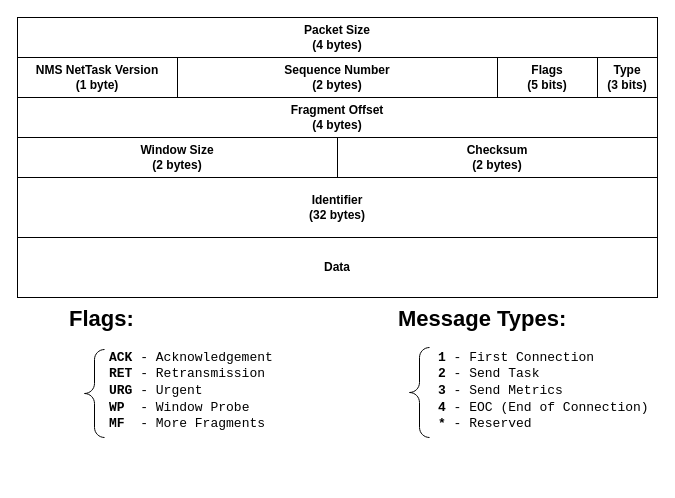
The draw.io diagram report/.drawio/nettask_header.drawio in migueltc13/project-CC, before the edit. Source tidied: cells renumbered, new cells numbered last; positions are measured from the earlier drawing's top-left corner, leaving out a move shared by most shapes. Both pictures are drawn from the tidied source at 100%, with x=0, y=0 at pixel (17, 17).
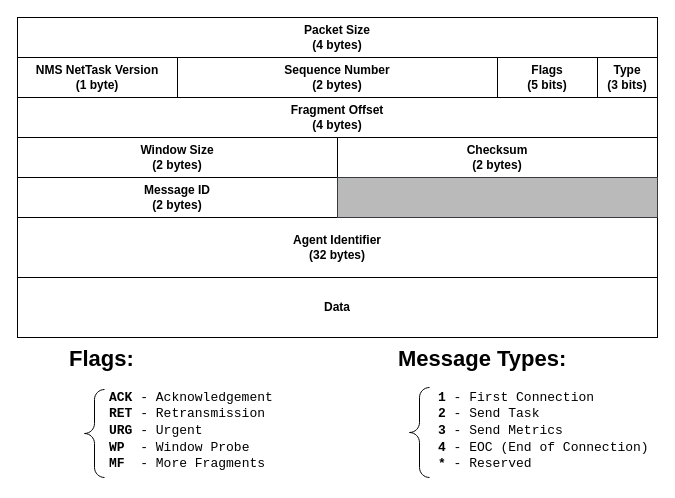
Above is the later version.

Commit message (it also covers changes not shown here):
Add message id to net task header

What changed in the source:
```diff
@@
 <mxGraphModel>
   <root>
     <mxCell id="0" />
     <mxCell id="1" parent="0" />
     <mxCell id="2" style="rounded=0;whiteSpace=wrap;html=1;" parent="1" vertex="1">
-      <mxGeometry width="640" height="280" as="geometry" />
+      <mxGeometry width="640" height="320" as="geometry" />
     </mxCell>
     <mxCell id="3" value="&lt;b&gt;Packet Size&lt;br&gt;(4 bytes)&lt;/b&gt;" style="text;html=1;align=center;verticalAlign=middle;whiteSpace=wrap;rounded=0;strokeColor=default;" parent="1" vertex="1">
       <mxGeometry width="640" height="40" as="geometry" />
     </mxCell>
     <mxCell id="4" value="&lt;b&gt;NMS NetTask Version&lt;br&gt;(1 byte)&lt;/b&gt;" style="text;html=1;align=center;verticalAlign=middle;whiteSpace=wrap;rounded=0;strokeColor=default;" parent="1" vertex="1">
       <mxGeometry y="40" width="160" height="40" as="geometry" />
     </mxCell>
     <mxCell id="5" value="&lt;b&gt;Sequence Number&lt;br&gt;(2 bytes)&lt;/b&gt;" style="text;html=1;align=center;verticalAlign=middle;whiteSpace=wrap;rounded=0;strokeColor=default;" parent="1" vertex="1">
       <mxGeometry x="160" y="40" width="320" height="40" as="geometry" />
     </mxCell>
     <mxCell id="6" value="&lt;b&gt;Type&lt;br&gt;(3 bits)&lt;/b&gt;" style="text;html=1;align=center;verticalAlign=middle;whiteSpace=wrap;rounded=0;strokeColor=default;" parent="1" vertex="1">
       <mxGeometry x="580" y="40" width="60" height="40" as="geometry" />
     </mxCell>
     <mxCell id="7" value="&lt;b&gt;Flags&lt;br&gt;(5 bits)&lt;/b&gt;" style="text;html=1;align=center;verticalAlign=middle;whiteSpace=wrap;rounded=0;strokeColor=default;" parent="1" vertex="1">
       <mxGeometry x="480" y="40" width="100" height="40" as="geometry" />
     </mxCell>
     <mxCell id="8" value="&lt;b&gt;Fragment Offset&lt;br&gt;(4 bytes)&lt;/b&gt;" style="text;html=1;align=center;verticalAlign=middle;whiteSpace=wrap;rounded=0;strokeColor=default;" parent="1" vertex="1">
       <mxGeometry y="80" width="640" height="40" as="geometry" />
     </mxCell>
     <mxCell id="9" value="&lt;b&gt;Window Size&lt;br&gt;(2 bytes)&lt;/b&gt;" style="text;html=1;align=center;verticalAlign=middle;whiteSpace=wrap;rounded=0;strokeColor=default;" parent="1" vertex="1">
       <mxGeometry y="120" width="320" height="40" as="geometry" />
     </mxCell>
     <mxCell id="10" value="&lt;b&gt;Checksum&lt;br&gt;(2 bytes)&lt;/b&gt;" style="text;html=1;align=center;verticalAlign=middle;whiteSpace=wrap;rounded=0;strokeColor=default;" parent="1" vertex="1">
       <mxGeometry x="320" y="120" width="320" height="40" as="geometry" />
     </mxCell>
-    <mxCell id="11" value="&lt;b&gt;Identifier&lt;br&gt;(32 bytes)&lt;/b&gt;" style="text;html=1;align=center;verticalAlign=middle;whiteSpace=wrap;rounded=0;strokeColor=default;" parent="1" vertex="1">
-      <mxGeometry y="160" width="640" height="60" as="geometry" />
+    <mxCell id="11" value="&lt;b&gt;Agent Identifier&lt;br&gt;(32 bytes)&lt;/b&gt;" style="text;html=1;align=center;verticalAlign=middle;whiteSpace=wrap;rounded=0;strokeColor=default;" parent="1" vertex="1">
+      <mxGeometry y="200" width="640" height="60" as="geometry" />
     </mxCell>
     <mxCell id="12" value="&lt;b&gt;Data&lt;/b&gt;" style="text;html=1;align=center;verticalAlign=middle;whiteSpace=wrap;rounded=0;strokeColor=default;" parent="1" vertex="1">
-      <mxGeometry y="220" width="640" height="60" as="geometry" />
+      <mxGeometry y="260" width="640" height="60" as="geometry" />
     </mxCell>
     <mxCell id="13" value="&lt;h1 style=&quot;margin-top: 0px;&quot;&gt;&lt;font style=&quot;font-size: 22px;&quot;&gt;Flags:&lt;/font&gt;&lt;/h1&gt;&lt;blockquote style=&quot;margin: 0 0 0 40px; border: none; padding: 0px;&quot;&gt;&lt;div style=&quot;font-size: 13px;&quot;&gt;&lt;font face=&quot;Courier New&quot; style=&quot;font-size: 13px;&quot;&gt;&lt;b&gt;ACK&lt;/b&gt; - Acknowledgement&lt;/font&gt;&lt;/div&gt;&lt;div style=&quot;font-size: 13px;&quot;&gt;&lt;font face=&quot;Courier New&quot; style=&quot;font-size: 13px;&quot;&gt;&lt;b&gt;RET&lt;/b&gt; - Retransmission&lt;/font&gt;&lt;/div&gt;&lt;div style=&quot;font-size: 13px;&quot;&gt;&lt;font face=&quot;Courier New&quot; style=&quot;font-size: 13px;&quot;&gt;&lt;b&gt;URG&lt;/b&gt; - Urgent&lt;br&gt;&lt;b&gt;WP&lt;/b&gt;&amp;nbsp; - Window Probe&lt;br&gt;&lt;/font&gt;&lt;font face=&quot;Courier New&quot; style=&quot;font-size: 13px;&quot;&gt;&lt;b&gt;MF&lt;/b&gt;&amp;nbsp; - More Fragments&lt;/font&gt;&lt;/div&gt;&lt;/blockquote&gt;" style="text;html=1;whiteSpace=wrap;overflow=hidden;rounded=0;" parent="1" vertex="1">
-      <mxGeometry x="50" y="280" width="230" height="140" as="geometry" />
+      <mxGeometry x="50" y="320" width="230" height="140" as="geometry" />
     </mxCell>
     <mxCell id="14" style="labelPosition=right;align=left;strokeWidth=1;shape=mxgraph.mockup.markup.curlyBrace;html=1;shadow=0;dashed=0;strokeColor=#000000;direction=north;" parent="1" vertex="1">
-      <mxGeometry x="67" y="332" width="20" height="88" as="geometry" />
+      <mxGeometry x="67" y="372" width="20" height="88" as="geometry" />
     </mxCell>
     <mxCell id="15" value="&lt;h1 style=&quot;margin-top: 0px;&quot;&gt;&lt;font style=&quot;font-size: 22px;&quot;&gt;Message Types:&lt;/font&gt;&lt;/h1&gt;&lt;blockquote style=&quot;margin: 0 0 0 40px; border: none; padding: 0px;&quot;&gt;&lt;div style=&quot;font-size: 13px;&quot;&gt;&lt;font face=&quot;Courier New&quot; style=&quot;font-size: 13px;&quot;&gt;&lt;b&gt;1&lt;/b&gt;&amp;nbsp;- First Connection&lt;/font&gt;&lt;/div&gt;&lt;div style=&quot;font-size: 13px;&quot;&gt;&lt;font face=&quot;Courier New&quot; style=&quot;font-size: 13px;&quot;&gt;&lt;b&gt;2&lt;/b&gt; - Send Task&lt;/font&gt;&lt;/div&gt;&lt;div style=&quot;font-size: 13px;&quot;&gt;&lt;font face=&quot;Courier New&quot; style=&quot;font-size: 13px;&quot;&gt;&lt;b&gt;3&lt;/b&gt;&amp;nbsp;- Send Metrics&lt;/font&gt;&lt;/div&gt;&lt;div style=&quot;font-size: 13px;&quot;&gt;&lt;font face=&quot;Courier New&quot; style=&quot;font-size: 13px;&quot;&gt;&lt;b&gt;4&lt;/b&gt; -&amp;nbsp;EOC (End of Connection)&lt;/font&gt;&lt;/div&gt;&lt;div style=&quot;font-size: 13px;&quot;&gt;&lt;font face=&quot;Courier New&quot; style=&quot;font-size: 13px;&quot;&gt;&lt;b&gt;*&lt;/b&gt; - Reserved&lt;br&gt;&lt;/font&gt;&lt;/div&gt;&lt;/blockquote&gt;" style="text;html=1;whiteSpace=wrap;overflow=hidden;rounded=0;" parent="1" vertex="1">
-      <mxGeometry x="379" y="280" width="261" height="140" as="geometry" />
+      <mxGeometry x="379" y="320" width="261" height="140" as="geometry" />
     </mxCell>
     <mxCell id="16" style="labelPosition=right;align=left;strokeWidth=1;shape=mxgraph.mockup.markup.curlyBrace;html=1;shadow=0;dashed=0;strokeColor=#000000;direction=north;" parent="1" vertex="1">
-      <mxGeometry x="392" y="330" width="20" height="90" as="geometry" />
+      <mxGeometry x="392" y="370" width="20" height="90" as="geometry" />
     </mxCell>
+    <mxCell id="17" value="&lt;b&gt;Message ID&lt;br&gt;(2 bytes)&lt;/b&gt;" style="text;html=1;align=center;verticalAlign=middle;whiteSpace=wrap;rounded=0;strokeColor=default;" parent="1" vertex="1">
+      <mxGeometry y="160" width="320" height="40" as="geometry" />
+    </mxCell>
+    <mxCell id="18" style="text;html=1;align=center;verticalAlign=middle;whiteSpace=wrap;rounded=0;fillColor=#BABABA;strokeColor=#36393d;" parent="1" vertex="1">
+      <mxGeometry x="320" y="160" width="320" height="40" as="geometry" />
+    </mxCell>
   </root>
 </mxGraphModel>
```
